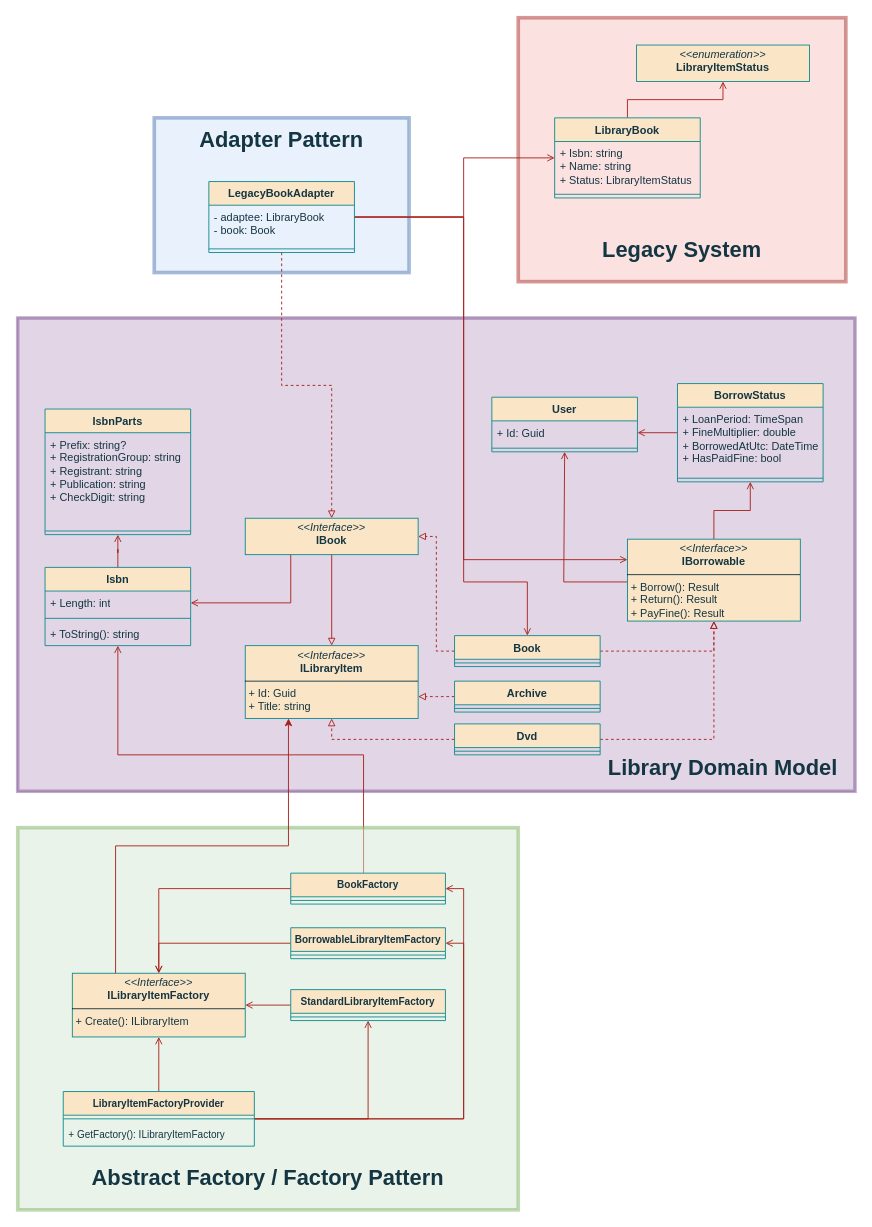
Above: Diagrams/class_domain.drawio in Noveboi/DesignPatterns (draw.io), before the change. Source tidied: cells renumbered, new cells numbered last; positions are measured from the earlier drawing's top-left corner, leaving out a move shared by most shapes. Both pictures are drawn from the tidied source at 91%, with x=0, y=0 at pixel (17, 17).
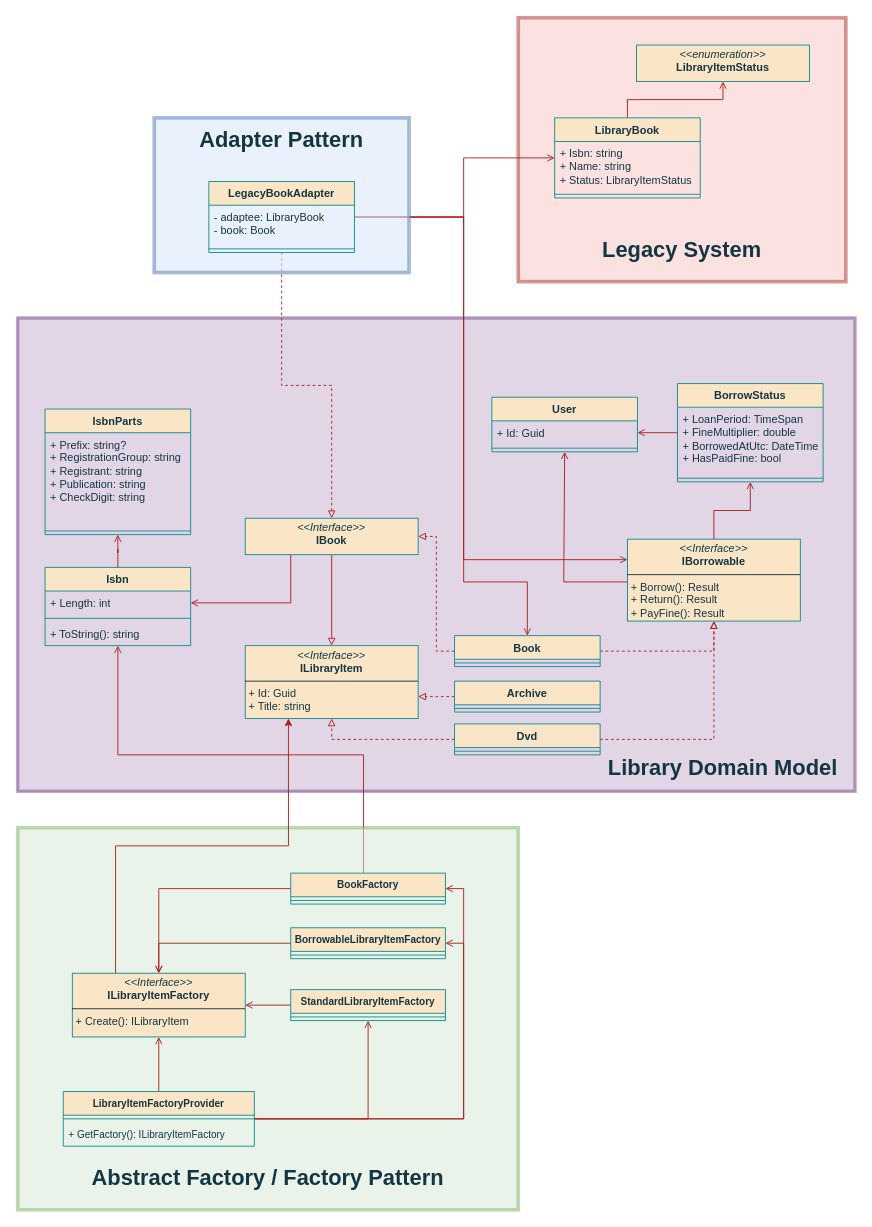
Above is the later version.

Commit message:
Finish diagram

The edit, as a diff of the source:
```diff
@@
-    <mxCell id="2" style="rounded=0;whiteSpace=wrap;html=1;strokeColor=#6c8ebf;fillColor=#dae8fc;strokeWidth=4;opacity=60;" parent="1" vertex="1">
-      <mxGeometry x="150" y="110" width="280" height="170" as="geometry" />
-    </mxCell>
@@
+    <mxCell id="77" style="group;" parent="1" vertex="1">
+      <mxGeometry x="150" y="110" width="280" height="170" as="geometry" />
+    </mxCell>
+    <mxCell id="2" style="rounded=0;whiteSpace=wrap;html=1;strokeColor=#6c8ebf;fillColor=#dae8fc;strokeWidth=4;opacity=60;" parent="77" vertex="1">
+      <mxGeometry width="280" height="170" as="geometry" />
+    </mxCell>
-    <mxCell id="73" value="LegacyBookAdapter" style="swimlane;fontStyle=1;align=center;verticalAlign=top;horizontal=1;startSize=26;whiteSpace=wrap;html=1;labelBackgroundColor=none;fillColor=#FAE5C7;strokeColor=#0F8B8D;fontColor=#143642;" parent="1" vertex="1">
-      <mxGeometry x="210" y="180" width="160" height="78" as="geometry" />
+    <mxCell id="73" value="LegacyBookAdapter" style="swimlane;fontStyle=1;align=center;verticalAlign=top;horizontal=1;startSize=26;whiteSpace=wrap;html=1;labelBackgroundColor=none;fillColor=#FAE5C7;strokeColor=#0F8B8D;fontColor=#143642;" parent="77" vertex="1">
+      <mxGeometry x="60" y="70" width="160" height="78" as="geometry" />
     </mxCell>
@@
-    <mxCell id="76" value="Adapter Pattern" style="text;html=1;whiteSpace=wrap;strokeColor=none;fillColor=none;align=center;verticalAlign=middle;rounded=0;fontColor=#143642;fontSize=24;fontStyle=1;" parent="1" vertex="1">
-      <mxGeometry x="160" y="120" width="260" height="30" as="geometry" />
+    <mxCell id="76" value="Adapter Pattern" style="text;html=1;whiteSpace=wrap;strokeColor=none;fillColor=none;align=center;verticalAlign=middle;rounded=0;fontColor=#143642;fontSize=24;fontStyle=1;" parent="77" vertex="1">
+      <mxGeometry x="10" y="10" width="260" height="30" as="geometry" />
     </mxCell>
```
